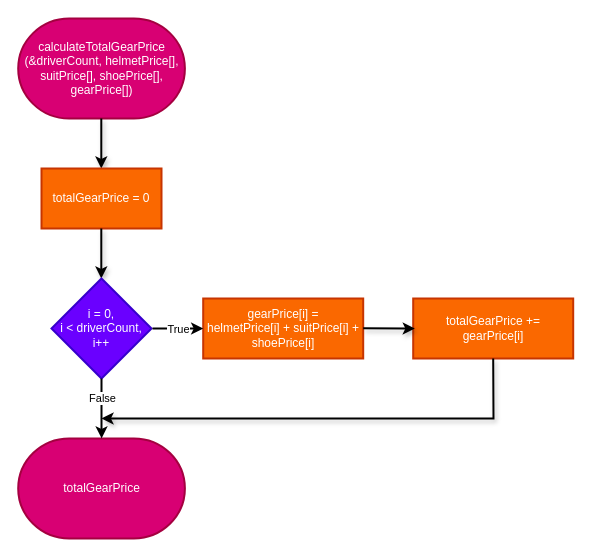
shahxvi/csc126-group-project keeps this draw.io diagram as Flowcharts (draw.io)/20. calculateTotalGearPrice.drawio. Above is the earlier version. Source tidied: cells renumbered, new cells numbered last; positions are measured from the earlier drawing's top-left corner, leaving out a move shared by most shapes. Both pictures are drawn from the tidied source at 100%, with x=0, y=0 at pixel (18, 18).
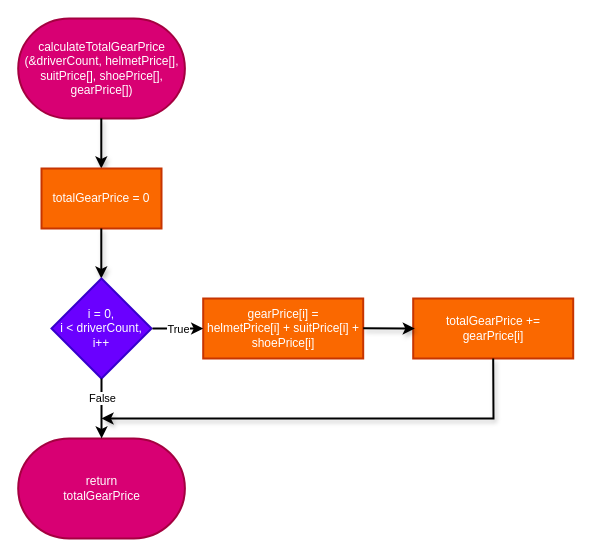
After the change.

Change to the diagram source:
```diff
@@
-    <mxCell id="9" value="totalGearPrice" style="strokeWidth=2;html=1;shape=mxgraph.flowchart.terminator;whiteSpace=wrap;fillColor=#d80073;fontColor=#ffffff;strokeColor=#A50040;" parent="1" vertex="1">
+    <mxCell id="9" value="return&lt;br&gt;totalGearPrice" style="strokeWidth=2;html=1;shape=mxgraph.flowchart.terminator;whiteSpace=wrap;fillColor=#d80073;fontColor=#ffffff;strokeColor=#A50040;" parent="1" vertex="1">
       <mxGeometry x="-0.3" y="419.9" width="166.7" height="100" as="geometry" />
     </mxCell>
```
